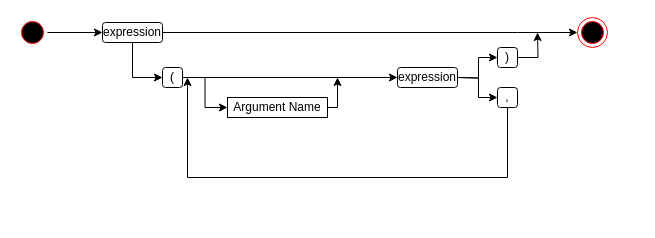
JPVenson/morestachio keeps this draw.io diagram as page "Expression" (1 of 3) of docs/Untitled Diagram.drawio. Above is the earlier version. Source tidied: cells renumbered, new cells numbered last; positions are measured from the earlier drawing's top-left corner, leaving out a move shared by most shapes. Both pictures are drawn from the tidied source at 100%, with x=0, y=0 at pixel (17, 17).
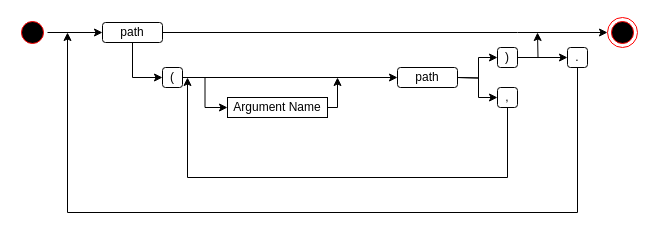
The same page after the edit.

The change refers to these unchanged cells:
```xml
<mxCell id="12" value=")" style="rounded=1;whiteSpace=wrap;html=1;" parent="1" vertex="1">
  <mxGeometry x="480" y="30" width="20" height="20" as="geometry" />
</mxCell>
```

The edit, as a diff of the source:
```diff
@@
     <mxCell id="4" style="ellipse;html=1;shape=endState;fillColor=#000000;strokeColor=#ff0000;" parent="1" vertex="1">
-      <mxGeometry x="560" width="30" height="30" as="geometry" />
+      <mxGeometry x="590" width="30" height="30" as="geometry" />
     </mxCell>
@@
-    <mxCell id="10" value="expression" style="rounded=1;whiteSpace=wrap;html=1;" parent="1" vertex="1">
+    <mxCell id="10" value="path" style="rounded=1;whiteSpace=wrap;html=1;" parent="1" vertex="1">
       <mxGeometry x="380" y="50" width="60" height="20" as="geometry" />
     </mxCell>
@@
+    <mxCell id="20" style="edgeStyle=orthogonalEdgeStyle;rounded=0;jettySize=auto;html=1;entryX=0;entryY=0.5;entryDx=0;entryDy=0;" parent="1" edge="1" source="12" target="22">
+      <mxGeometry relative="1" as="geometry" />
+    </mxCell>
@@
-    <mxCell id="17" value="expression" style="rounded=1;whiteSpace=wrap;html=1;" parent="1" vertex="1">
+    <mxCell id="17" value="path" style="rounded=1;whiteSpace=wrap;html=1;glass=0;sketch=0;shadow=0;" parent="1" vertex="1">
       <mxGeometry x="85" y="5" width="60" height="20" as="geometry" />
     </mxCell>
@@
+    <mxCell id="21" style="edgeStyle=orthogonalEdgeStyle;rounded=0;jettySize=auto;html=1;exitX=0.5;exitY=1;exitDx=0;exitDy=0;" parent="1" edge="1" source="22">
+      <mxGeometry relative="1" as="geometry">
+        <mxPoint x="50" y="15" as="targetPoint" />
+        <Array as="points">
+          <mxPoint x="560" y="195" />
+          <mxPoint x="50" y="195" />
+        </Array>
+      </mxGeometry>
+    </mxCell>
+    <mxCell id="22" value="." style="rounded=1;whiteSpace=wrap;html=1;" parent="1" vertex="1">
+      <mxGeometry x="550" y="30" width="20" height="20" as="geometry" />
+    </mxCell>
```
